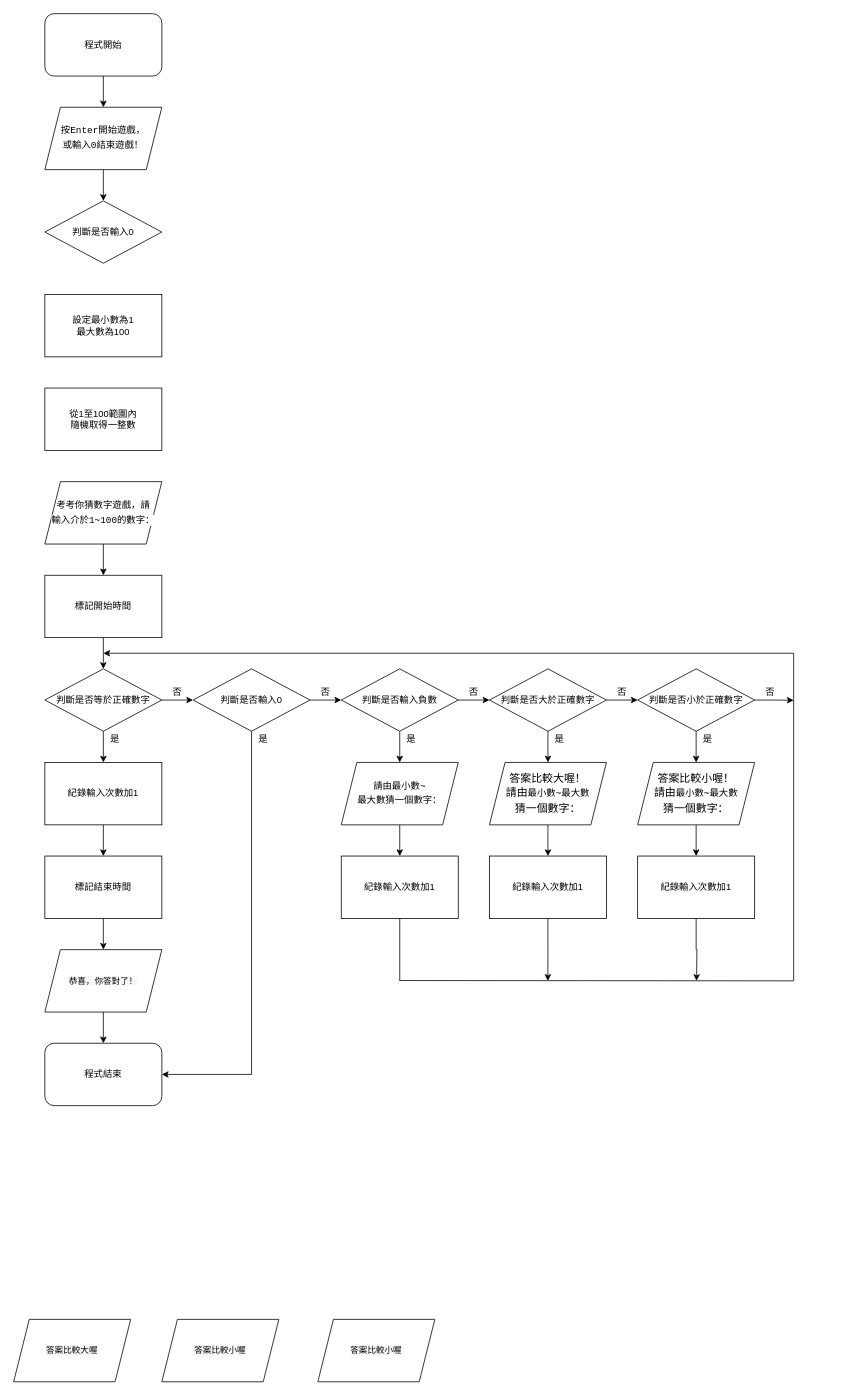
Before: 05-2.drawio in Ken0617/ken, a draw.io diagram. Source tidied: cells renumbered, new cells numbered last; positions are measured from the earlier drawing's top-left corner, leaving out a move shared by most shapes. Both pictures are drawn from the tidied source at 78%, with x=0, y=0 at pixel (13, 13).
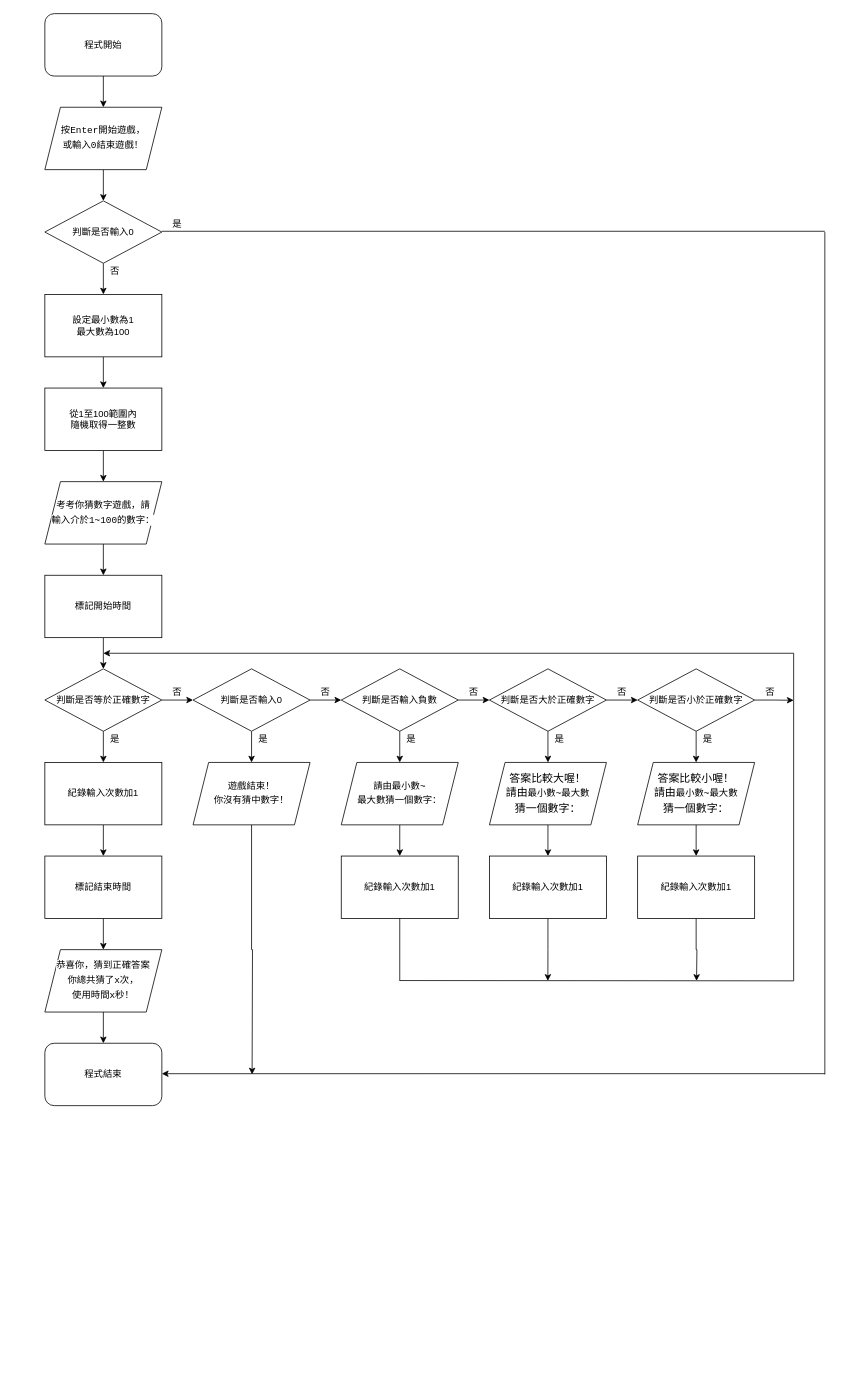
The same diagram, later.

Unchanged cells that the change refers to:
```xml
<mxCell id="6" value="判斷是否輸入0" style="rhombus;whiteSpace=wrap;html=1;" parent="1" vertex="1">
  <mxGeometry x="40" y="240" width="150" height="80" as="geometry" />
</mxCell>
<mxCell id="8" value="&lt;div style=&quot;font-family: &amp;#34;droid sans mono&amp;#34; , monospace , monospace , &amp;#34;droid sans fallback&amp;#34; ; line-height: 19px&quot;&gt;&lt;span style=&quot;background-color: rgb(255 , 255 , 255)&quot;&gt;&lt;font style=&quot;font-size: 12px&quot;&gt;考考你猜數字遊戲，&lt;/font&gt;&lt;/span&gt;&lt;span style=&quot;background-color: rgb(255 , 255 , 255)&quot;&gt;請&lt;/span&gt;&lt;/div&gt;&lt;div style=&quot;font-family: &amp;#34;droid sans mono&amp;#34; , monospace , monospace , &amp;#34;droid sans fallback&amp;#34; ; line-height: 19px&quot;&gt;&lt;span style=&quot;background-color: rgb(255 , 255 , 255)&quot;&gt;輸&lt;/span&gt;&lt;span style=&quot;background-color: rgb(255 , 255 , 255)&quot;&gt;入介於1~100的數字：&lt;/span&gt;&lt;/div&gt;" style="shape=parallelogram;perimeter=parallelogramPerimeter;whiteSpace=wrap;html=1;fixedSize=1;" parent="1" vertex="1">
  <mxGeometry x="40" y="600" width="150" height="80" as="geometry" />
</mxCell>
<mxCell id="21" value="判斷是否輸入0" style="rhombus;whiteSpace=wrap;html=1;" parent="1" vertex="1">
  <mxGeometry x="230" y="840" width="150" height="80" as="geometry" />
</mxCell>
<mxCell id="23" value="程式結束" style="rounded=1;whiteSpace=wrap;html=1;" parent="1" vertex="1">
  <mxGeometry x="40" y="1320" width="150" height="80" as="geometry" />
</mxCell>
<mxCell id="24" value="從1至100範圍內&lt;br&gt;隨機取得一整數" style="rounded=0;whiteSpace=wrap;html=1;" parent="1" vertex="1">
  <mxGeometry x="40" y="480" width="150" height="80" as="geometry" />
</mxCell>
<mxCell id="25" value="設定最小數為1&lt;br&gt;最大數為100" style="rounded=0;whiteSpace=wrap;html=1;" parent="1" vertex="1">
  <mxGeometry x="40" y="360" width="150" height="80" as="geometry" />
</mxCell>
```

What changed in the source:
```diff
@@
+    <mxCell id="63" style="edgeStyle=orthogonalEdgeStyle;rounded=0;jettySize=auto;html=1;exitX=0.5;exitY=1;exitDx=0;exitDy=0;entryX=0.5;entryY=0;entryDx=0;entryDy=0;" parent="1" edge="1" source="6" target="25">
+      <mxGeometry relative="1" as="geometry" />
+    </mxCell>
@@
-    <mxCell id="16" value="&lt;span style=&quot;text-align: left ; background-color: rgb(247 , 247 , 249) ; font-size: 11px&quot;&gt;恭喜，你答對了！&lt;/span&gt;" style="shape=parallelogram;perimeter=parallelogramPerimeter;whiteSpace=wrap;html=1;fixedSize=1;" parent="1" vertex="1">
+    <mxCell id="16" value="&lt;div style=&quot;font-family: &amp;#34;droid sans mono&amp;#34; , monospace , monospace , &amp;#34;droid sans fallback&amp;#34; ; line-height: 19px&quot;&gt;&lt;span style=&quot;background-color: rgb(255 , 255 , 255)&quot;&gt;恭喜你，猜到正確答案&lt;/span&gt;&lt;/div&gt;&lt;div style=&quot;font-family: &amp;#34;droid sans mono&amp;#34; , monospace , monospace , &amp;#34;droid sans fallback&amp;#34; ; line-height: 19px&quot;&gt;&lt;span style=&quot;background-color: rgb(255 , 255 , 255)&quot;&gt;你總共猜了x次，&lt;/span&gt;&lt;/div&gt;&lt;div style=&quot;font-family: &amp;#34;droid sans mono&amp;#34; , monospace , monospace , &amp;#34;droid sans fallback&amp;#34; ; line-height: 19px&quot;&gt;&lt;span style=&quot;background-color: rgb(255 , 255 , 255)&quot;&gt;使用時間x秒！&lt;/span&gt;&lt;/div&gt;" style="shape=parallelogram;perimeter=parallelogramPerimeter;whiteSpace=wrap;html=1;fixedSize=1;" parent="1" vertex="1">
       <mxGeometry x="40" y="1200" width="150" height="80" as="geometry" />
     </mxCell>
-    <mxCell id="17" value="&lt;span style=&quot;font-family: , &amp;#34;menlo&amp;#34; , &amp;#34;monaco&amp;#34; , &amp;#34;consolas&amp;#34; , &amp;#34;liberation mono&amp;#34; , &amp;#34;courier new&amp;#34; , monospace ; text-align: left ; background-color: rgb(247 , 247 , 249)&quot;&gt;&lt;font style=&quot;font-size: 11px&quot;&gt;答案比較大喔&lt;/font&gt;&lt;/span&gt;" style="shape=parallelogram;perimeter=parallelogramPerimeter;whiteSpace=wrap;html=1;fixedSize=1;" parent="1" vertex="1">
-      <mxGeometry y="1674" width="150" height="80" as="geometry" />
-    </mxCell>
-    <mxCell id="18" value="&lt;span style=&quot;font-family: , &amp;#34;menlo&amp;#34; , &amp;#34;monaco&amp;#34; , &amp;#34;consolas&amp;#34; , &amp;#34;liberation mono&amp;#34; , &amp;#34;courier new&amp;#34; , monospace ; text-align: left ; background-color: rgb(247 , 247 , 249)&quot;&gt;&lt;font style=&quot;font-size: 11px&quot;&gt;答案比較小喔&lt;/font&gt;&lt;/span&gt;" style="shape=parallelogram;perimeter=parallelogramPerimeter;whiteSpace=wrap;html=1;fixedSize=1;" parent="1" vertex="1">
-      <mxGeometry x="190" y="1674" width="150" height="80" as="geometry" />
-    </mxCell>
@@
-    <mxCell id="20" style="edgeStyle=orthogonalEdgeStyle;rounded=0;jettySize=auto;html=1;exitX=0.5;exitY=1;exitDx=0;exitDy=0;entryX=1;entryY=0.5;entryDx=0;entryDy=0;" parent="1" edge="1" source="21" target="23">
-      <mxGeometry relative="1" as="geometry" />
-    </mxCell>
+    <mxCell id="64" style="edgeStyle=orthogonalEdgeStyle;rounded=0;jettySize=auto;html=1;exitX=0.5;exitY=1;exitDx=0;exitDy=0;entryX=0.5;entryY=0;entryDx=0;entryDy=0;" parent="1" edge="1" source="21" target="68">
+      <mxGeometry relative="1" as="geometry" />
+    </mxCell>
@@
-    <mxCell id="22" value="&lt;span style=&quot;font-family: , &amp;#34;menlo&amp;#34; , &amp;#34;monaco&amp;#34; , &amp;#34;consolas&amp;#34; , &amp;#34;liberation mono&amp;#34; , &amp;#34;courier new&amp;#34; , monospace ; text-align: left ; background-color: rgb(247 , 247 , 249)&quot;&gt;&lt;font style=&quot;font-size: 11px&quot;&gt;答案比較小喔&lt;/font&gt;&lt;/span&gt;" style="shape=parallelogram;perimeter=parallelogramPerimeter;whiteSpace=wrap;html=1;fixedSize=1;" parent="1" vertex="1">
-      <mxGeometry x="390" y="1674" width="150" height="80" as="geometry" />
-    </mxCell>
@@
+    <mxCell id="65" style="edgeStyle=orthogonalEdgeStyle;rounded=0;jettySize=auto;html=1;exitX=0.5;exitY=1;exitDx=0;exitDy=0;entryX=0.5;entryY=0;entryDx=0;entryDy=0;" parent="1" edge="1" source="24" target="8">
+      <mxGeometry relative="1" as="geometry" />
+    </mxCell>
@@
+    <mxCell id="66" style="edgeStyle=orthogonalEdgeStyle;rounded=0;jettySize=auto;html=1;exitX=0.5;exitY=1;exitDx=0;exitDy=0;entryX=0.5;entryY=0;entryDx=0;entryDy=0;" parent="1" edge="1" source="25" target="24">
+      <mxGeometry relative="1" as="geometry" />
+    </mxCell>
@@
+    <mxCell id="67" style="edgeStyle=orthogonalEdgeStyle;rounded=0;jettySize=auto;html=1;exitX=0.5;exitY=1;exitDx=0;exitDy=0;" parent="1" edge="1" source="68">
+      <mxGeometry relative="1" as="geometry">
+        <mxPoint x="305.7" y="1360" as="targetPoint" />
+      </mxGeometry>
+    </mxCell>
+    <mxCell id="68" value="&lt;div style=&quot;font-family: &amp;#34;droid sans mono&amp;#34; , monospace , monospace , &amp;#34;droid sans fallback&amp;#34; ; line-height: 19px&quot;&gt;&lt;div style=&quot;font-family: &amp;#34;droid sans mono&amp;#34; , monospace , monospace , &amp;#34;droid sans fallback&amp;#34; ; line-height: 19px&quot;&gt;&lt;span style=&quot;background-color: rgb(255 , 255 , 255)&quot;&gt;&lt;font style=&quot;font-size: 12px&quot;&gt;遊戲結束！&lt;/font&gt;&lt;/span&gt;&lt;/div&gt;&lt;div style=&quot;font-family: &amp;#34;droid sans mono&amp;#34; , monospace , monospace , &amp;#34;droid sans fallback&amp;#34; ; line-height: 19px&quot;&gt;&lt;span style=&quot;background-color: rgb(255 , 255 , 255)&quot;&gt;&lt;font style=&quot;font-size: 12px&quot;&gt;你沒有猜中數字！&lt;/font&gt;&lt;/span&gt;&lt;/div&gt;&lt;/div&gt;" style="shape=parallelogram;perimeter=parallelogramPerimeter;whiteSpace=wrap;html=1;fixedSize=1;" parent="1" vertex="1">
+      <mxGeometry x="230" y="960" width="150" height="80" as="geometry" />
+    </mxCell>
+    <mxCell id="69" value="否" style="text;html=1;strokeColor=none;fillColor=none;align=center;verticalAlign=middle;whiteSpace=wrap;rounded=0;" parent="1" vertex="1">
+      <mxGeometry x="110" y="320" width="40" height="20" as="geometry" />
+    </mxCell>
+    <mxCell id="70" style="endArrow=none;html=1;" parent="1" edge="1">
+      <mxGeometry relative="1" as="geometry">
+        <mxPoint x="190" y="279" as="sourcePoint" />
+        <mxPoint x="1040" y="279" as="targetPoint" />
+      </mxGeometry>
+    </mxCell>
+    <mxCell id="71" style="endArrow=none;html=1;" parent="1" edge="1">
+      <mxGeometry relative="1" as="geometry">
+        <mxPoint x="1040" y="280" as="sourcePoint" />
+        <mxPoint x="1040" y="1360" as="targetPoint" />
+      </mxGeometry>
+    </mxCell>
+    <mxCell id="72" style="endArrow=classic;html=1;entryX=1;entryY=0.488;entryDx=0;entryDy=0;entryPerimeter=0;" parent="1" edge="1" target="23">
+      <mxGeometry relative="1" as="geometry">
+        <mxPoint x="1040" y="1359" as="sourcePoint" />
+      </mxGeometry>
+    </mxCell>
+    <mxCell id="73" value="是" style="text;html=1;strokeColor=none;fillColor=none;align=center;verticalAlign=middle;whiteSpace=wrap;rounded=0;" parent="1" vertex="1">
+      <mxGeometry x="190" y="260" width="40" height="20" as="geometry" />
+    </mxCell>
```
